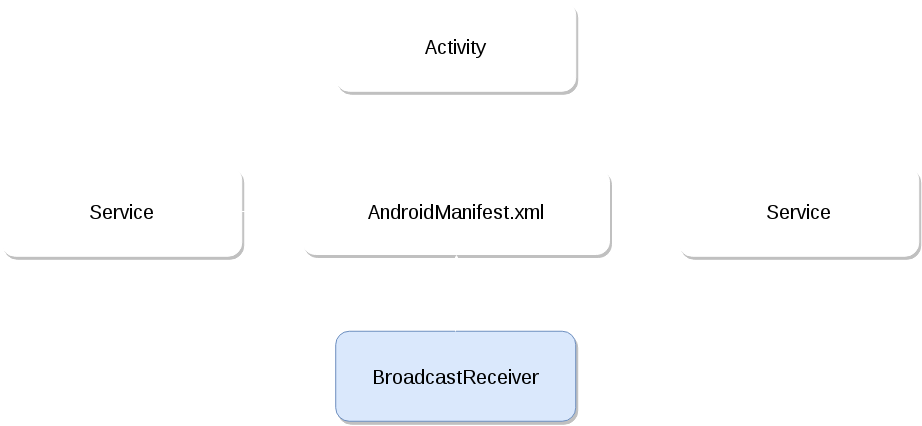
Above: component_broadcastreceiver.png in siyb/tw-mad-6-broadcastreceiver (draw.io), before the change. Source tidied: cells renumbered, new cells last; positions are measured from the earlier drawing's top-left corner, leaving out a move shared by most shapes. Its diagram source:
```xml
<mxGraphModel>
  <root>
    <mxCell id="0" style="html=1;" />
    <mxCell id="1" style="html=1;" parent="0" />
    <mxCell id="2" style="strokeWidth=1;strokeColor=#FFFFFF;html=1;" parent="1" edge="1" source="6" target="4">
      <mxGeometry relative="1" as="geometry" />
    </mxCell>
    <mxCell id="3" style="strokeWidth=1;strokeColor=#FFFFFF;html=1;" parent="1" edge="1" source="5" target="4">
      <mxGeometry relative="1" as="geometry" />
    </mxCell>
    <mxCell id="4" value="AndroidManifest.xml" style="rounded=1;fillColor=#ffffff;gradientColor=none;gradientDirection=north;fontFamily=Helvetica;fontSize=20;fontColor=#000000;fontStyle=0;shadow=1;strokeColor=#FFFFFF;html=1;strokeWidth=1;" parent="1" vertex="1">
      <mxGeometry x="301" y="167" width="307" height="86" as="geometry" />
    </mxCell>
    <mxCell id="5" value="Service" style="rounded=1;fillColor=#ffffff;gradientColor=none;gradientDirection=north;fontFamily=Helvetica;fontSize=20;fontColor=#000000;fontStyle=0;shadow=1;strokeColor=#FFFFFF;html=1;strokeWidth=1;" parent="1" vertex="1">
      <mxGeometry x="677.2" y="164.8" width="240" height="90" as="geometry" />
    </mxCell>
    <mxCell id="6" value="Activity" style="rounded=1;fillColor=#ffffff;gradientColor=none;gradientDirection=north;fontFamily=Helvetica;fontSize=20;fontColor=#000000;fontStyle=0;shadow=1;strokeColor=#FFFFFF;html=1;strokeWidth=1;" parent="1" vertex="1">
      <mxGeometry x="334.2" y="-0.2" width="240" height="90" as="geometry" />
    </mxCell>
    <mxCell id="7" value="BroadcastReceiver" style="rounded=1;fillColor=#dae8fc;gradientDirection=north;fontFamily=Helvetica;fontSize=20;fontColor=#000000;fontStyle=0;shadow=1;strokeColor=#6c8ebf;html=1;strokeWidth=1;" parent="1" vertex="1">
      <mxGeometry x="334.2" y="329.8" width="240" height="90" as="geometry" />
    </mxCell>
    <mxCell id="8" style="strokeWidth=1;strokeColor=#FFFFFF;html=1;exitX=0.5;exitY=0;entryX=0.5;entryY=1;" parent="1" edge="1" source="7" target="4">
      <mxGeometry x="730" y="323.6" as="geometry" />
    </mxCell>
    <mxCell id="9" value="Service" style="rounded=1;fillColor=#ffffff;gradientColor=none;gradientDirection=north;fontFamily=Helvetica;fontSize=20;fontColor=#000000;fontStyle=0;shadow=1;strokeColor=#FFFFFF;html=1;strokeWidth=1;" parent="1" vertex="1">
      <mxGeometry x="0.2" y="164.8" width="240" height="90" as="geometry" />
    </mxCell>
    <mxCell id="10" style="strokeWidth=1;strokeColor=#FFFFFF;html=1;exitX=1;exitY=0.5;entryX=0;entryY=0.5;" parent="1" edge="1" source="9" target="4">
      <mxGeometry x="730" y="323.6" as="geometry" />
    </mxCell>
  </root>
</mxGraphModel>
```
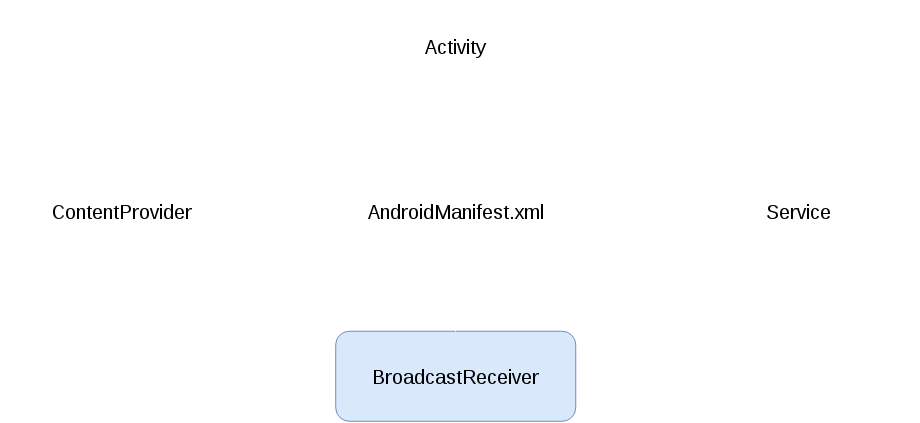
The same file after the commit.

Commit message:
fixed component diagram

What changed in the source:
```diff
@@ -8,22 +8,22 @@
     <mxCell id="3" style="strokeWidth=1;strokeColor=#FFFFFF;html=1;" parent="1" edge="1" source="5" target="4">
       <mxGeometry relative="1" as="geometry" />
     </mxCell>
-    <mxCell id="4" value="AndroidManifest.xml" style="rounded=1;fillColor=#ffffff;gradientColor=none;gradientDirection=north;fontFamily=Helvetica;fontSize=20;fontColor=#000000;fontStyle=0;shadow=1;strokeColor=#FFFFFF;html=1;strokeWidth=1;" parent="1" vertex="1">
+    <mxCell id="4" value="AndroidManifest.xml" style="rounded=1;fillColor=#ffffff;gradientColor=none;gradientDirection=north;fontFamily=Helvetica;fontSize=20;fontColor=#000000;fontStyle=0;shadow=0;strokeColor=#FFFFFF;html=1;strokeWidth=1;" parent="1" vertex="1">
       <mxGeometry x="301" y="167" width="307" height="86" as="geometry" />
     </mxCell>
-    <mxCell id="5" value="Service" style="rounded=1;fillColor=#ffffff;gradientColor=none;gradientDirection=north;fontFamily=Helvetica;fontSize=20;fontColor=#000000;fontStyle=0;shadow=1;strokeColor=#FFFFFF;html=1;strokeWidth=1;" parent="1" vertex="1">
+    <mxCell id="5" value="Service" style="rounded=1;fillColor=#ffffff;gradientColor=none;gradientDirection=north;fontFamily=Helvetica;fontSize=20;fontColor=#000000;fontStyle=0;shadow=0;strokeColor=#FFFFFF;html=1;strokeWidth=1;" parent="1" vertex="1">
       <mxGeometry x="677.2" y="164.8" width="240" height="90" as="geometry" />
     </mxCell>
-    <mxCell id="6" value="Activity" style="rounded=1;fillColor=#ffffff;gradientColor=none;gradientDirection=north;fontFamily=Helvetica;fontSize=20;fontColor=#000000;fontStyle=0;shadow=1;strokeColor=#FFFFFF;html=1;strokeWidth=1;" parent="1" vertex="1">
+    <mxCell id="6" value="Activity" style="rounded=1;fillColor=#ffffff;gradientColor=none;gradientDirection=north;fontFamily=Helvetica;fontSize=20;fontColor=#000000;fontStyle=0;shadow=0;strokeColor=#FFFFFF;html=1;strokeWidth=1;" parent="1" vertex="1">
       <mxGeometry x="334.2" y="-0.2" width="240" height="90" as="geometry" />
     </mxCell>
-    <mxCell id="7" value="BroadcastReceiver" style="rounded=1;fillColor=#dae8fc;gradientDirection=north;fontFamily=Helvetica;fontSize=20;fontColor=#000000;fontStyle=0;shadow=1;strokeColor=#6c8ebf;html=1;strokeWidth=1;" parent="1" vertex="1">
+    <mxCell id="7" value="BroadcastReceiver" style="rounded=1;fillColor=#dae8fc;gradientDirection=north;fontFamily=Helvetica;fontSize=20;fontColor=#000000;fontStyle=0;shadow=0;strokeColor=#6c8ebf;html=1;strokeWidth=1;" parent="1" vertex="1">
       <mxGeometry x="334.2" y="329.8" width="240" height="90" as="geometry" />
     </mxCell>
     <mxCell id="8" style="strokeWidth=1;strokeColor=#FFFFFF;html=1;exitX=0.5;exitY=0;entryX=0.5;entryY=1;" parent="1" edge="1" source="7" target="4">
       <mxGeometry x="730" y="323.6" as="geometry" />
     </mxCell>
-    <mxCell id="9" value="Service" style="rounded=1;fillColor=#ffffff;gradientColor=none;gradientDirection=north;fontFamily=Helvetica;fontSize=20;fontColor=#000000;fontStyle=0;shadow=1;strokeColor=#FFFFFF;html=1;strokeWidth=1;" parent="1" vertex="1">
+    <mxCell id="9" value="ContentProvider" style="rounded=1;fillColor=#ffffff;gradientColor=none;gradientDirection=north;fontFamily=Helvetica;fontSize=20;fontColor=#000000;fontStyle=0;shadow=0;strokeColor=#FFFFFF;html=1;strokeWidth=1;" parent="1" vertex="1">
       <mxGeometry x="0.2" y="164.8" width="240" height="90" as="geometry" />
     </mxCell>
     <mxCell id="10" style="strokeWidth=1;strokeColor=#FFFFFF;html=1;exitX=1;exitY=0.5;entryX=0;entryY=0.5;" parent="1" edge="1" source="9" target="4">
```
